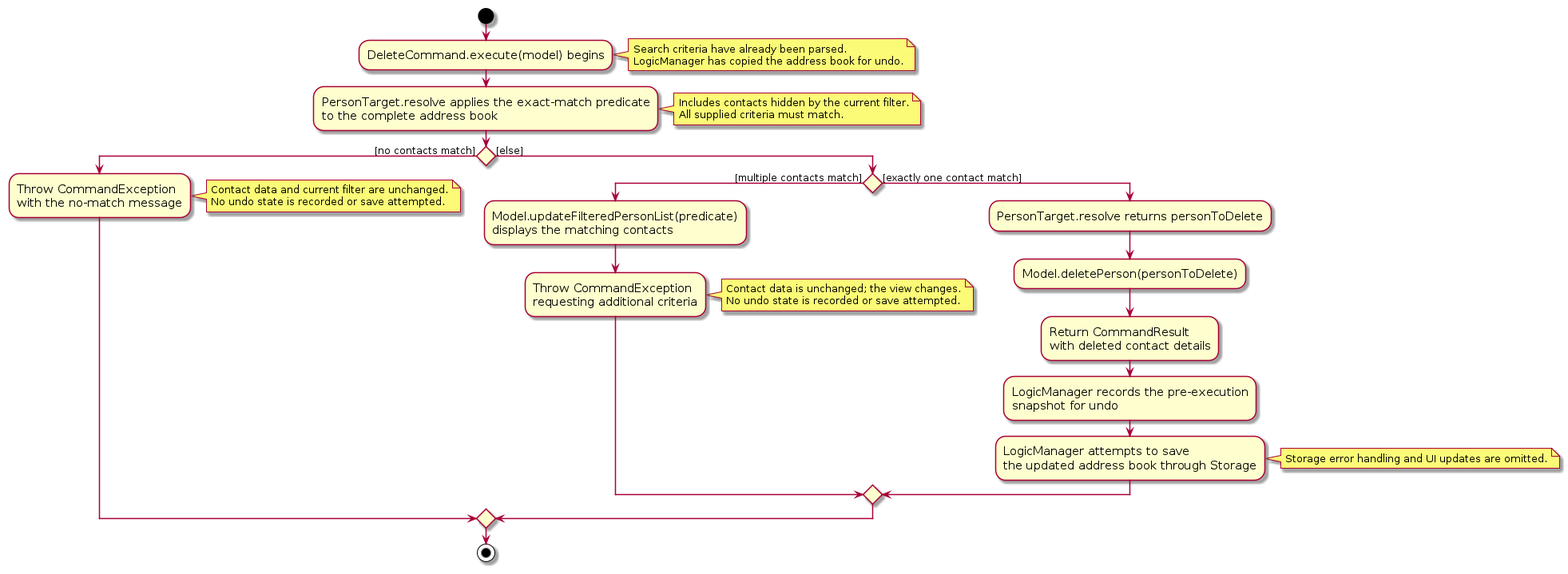
Before: diagrams/DeleteTargetingActivityDiagram.png, a diagram exported from PlantUML (AY2627S1-CS2103T-T16-4/tp). Its source is kept beside it as diagrams/DeleteTargetingActivityDiagram.puml. The source it was exported from:
```plantuml
@startuml
skin rose
skinparam ActivityFontSize 15
skinparam ArrowFontSize 12

start
:DeleteCommand.execute(model) begins;
note right
  Search criteria have already been parsed.
  LogicManager has copied the address book for undo.
end note
:PersonTarget.resolve applies the exact-match predicate\nto the complete address book;
note right
  Includes contacts hidden by the current filter.
  All supplied criteria must match.
end note

if () then ([no contacts match])
  :Throw CommandException\nwith the no-match message;
  note right
    Contact data and current filter are unchanged.
    No undo state is recorded or save attempted.
  end note
else ([else])
  if () then ([multiple contacts match])
    :Model.updateFilteredPersonList(predicate)\ndisplays the matching contacts;
    :Throw CommandException\nrequesting additional criteria;
    note right
      Contact data is unchanged; the view changes.
      No undo state is recorded or save attempted.
    end note
  else ([exactly one contact match])
    :PersonTarget.resolve returns personToDelete;
    :Model.deletePerson(personToDelete);
    :Return CommandResult\nwith deleted contact details;
    :LogicManager records the pre-execution\nsnapshot for undo;
    :LogicManager attempts to save\nthe updated address book through Storage;
    note right
      Storage error handling and UI updates are omitted.
    end note
  endif
endif
stop
@enduml
```
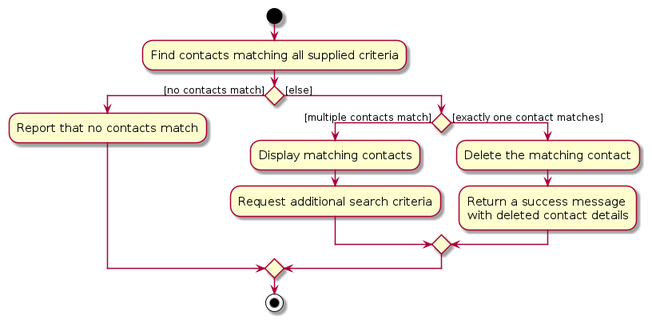
The same file after the commit.

What changed in the source:
```diff
@@ -4,40 +4,17 @@
 skinparam ArrowFontSize 12
 
 start
-:DeleteCommand.execute(model) begins;
-note right
-  Search criteria have already been parsed.
-  LogicManager has copied the address book for undo.
-end note
-:PersonTarget.resolve applies the exact-match predicate\nto the complete address book;
-note right
-  Includes contacts hidden by the current filter.
-  All supplied criteria must match.
-end note
+:Find contacts matching all supplied criteria;
 
 if () then ([no contacts match])
-  :Throw CommandException\nwith the no-match message;
-  note right
-    Contact data and current filter are unchanged.
-    No undo state is recorded or save attempted.
-  end note
+  :Report that no contacts match;
 else ([else])
   if () then ([multiple contacts match])
-    :Model.updateFilteredPersonList(predicate)\ndisplays the matching contacts;
-    :Throw CommandException\nrequesting additional criteria;
-    note right
-      Contact data is unchanged; the view changes.
-      No undo state is recorded or save attempted.
-    end note
-  else ([exactly one contact match])
-    :PersonTarget.resolve returns personToDelete;
-    :Model.deletePerson(personToDelete);
-    :Return CommandResult\nwith deleted contact details;
-    :LogicManager records the pre-execution\nsnapshot for undo;
-    :LogicManager attempts to save\nthe updated address book through Storage;
-    note right
-      Storage error handling and UI updates are omitted.
-    end note
+    :Display matching contacts;
+    :Request additional search criteria;
+  else ([exactly one contact matches])
+    :Delete the matching contact;
+    :Return a success message\nwith deleted contact details;
   endif
 endif
 stop
```
